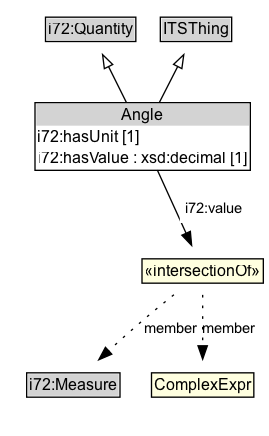
Above: docs/diagrams/Angle.dot.png in ISO-TC204/ontology-its-core-v1 (Graphviz), before the change. Its source is kept beside it as docs/diagrams/Angle.dot.
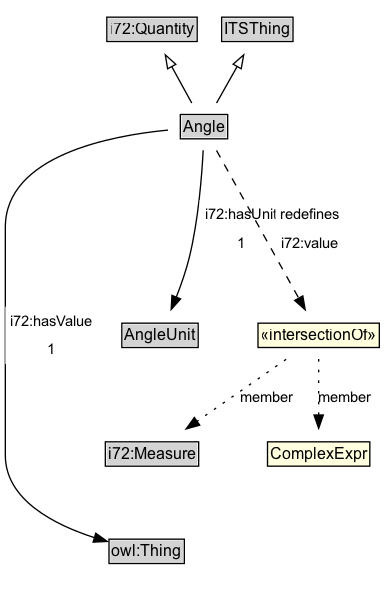
After the commit.

What changed in the source:
```diff
@@ -4,26 +4,34 @@
 	edge [fontname=Arial fontsize=11]
 	{
 		rank=source
-		i72_Quantity [label=<<TABLE BORDER="1" CELLBORDER="0" CELLSPACING="0" CELLPADDING="1"><TR><TD BGCOLOR="lightgray" ALIGN="CENTER">i72:Quantity</TD></TR></TABLE>> URL="https://w3id.org/itsdata/i72/v1/Quantity" margin=0]
+		i72_Quantity [label=<<TABLE BORDER="1" CELLBORDER="0" CELLSPACING="0" CELLPADDING="1"><TR><TD BGCOLOR="lightgray" ALIGN="CENTER">i72:Quantity</TD></TR></TABLE>> URL="https://w3id.org/citydata/21972/v1/Quantity" margin=0]
 		ITSThing [label=<<TABLE BORDER="1" CELLBORDER="0" CELLSPACING="0" CELLPADDING="1"><TR><TD BGCOLOR="lightgray" ALIGN="CENTER">ITSThing</TD></TR></TABLE>> URL="../ITSThing" margin=0]
 	}
-	Angle [label=<<TABLE BORDER="1" CELLBORDER="0" CELLSPACING="0" CELLPADDING="1"><TR><TD BGCOLOR="lightgray" ALIGN="CENTER">Angle</TD></TR><TR><TD ALIGN="LEFT">i72:hasUnit [1]</TD></TR><TR><TD ALIGN="LEFT">i72:hasValue : xsd:decimal [1]</TD></TR></TABLE>> URL="../Angle" margin=0]
+	Angle [label=<<TABLE BORDER="1" CELLBORDER="0" CELLSPACING="0" CELLPADDING="1"><TR><TD BGCOLOR="lightgray" ALIGN="CENTER">Angle</TD></TR></TABLE>> URL="../Angle" margin=0]
 	{
 		rank=max
 	}
 	subgraph cluster_associated {
 		label="" style=invis
 		Invis [label=<<TABLE BORDER="0" CELLBORDER="0" CELLSPACING="0" CELLPADDING="1"><TR><TD></TD></TR></TABLE>> margin=0 style=invis]
-		i72_Measure [label=<<TABLE BORDER="1" CELLBORDER="0" CELLSPACING="0" CELLPADDING="1"><TR><TD BGCOLOR="lightgray" ALIGN="CENTER">i72:Measure</TD></TR></TABLE>> URL="https://w3id.org/itsdata/i72/v1/Measure" margin=0]
+		AngleUnit [label=<<TABLE BORDER="1" CELLBORDER="0" CELLSPACING="0" CELLPADDING="1"><TR><TD BGCOLOR="lightgray" ALIGN="CENTER">AngleUnit</TD></TR></TABLE>> URL="../AngleUnit" margin=0]
+		i72_Measure [label=<<TABLE BORDER="1" CELLBORDER="0" CELLSPACING="0" CELLPADDING="1"><TR><TD BGCOLOR="lightgray" ALIGN="CENTER">i72:Measure</TD></TR></TABLE>> URL="https://w3id.org/citydata/21972/v1/Measure" margin=0]
+		owl_Thing [label=<<TABLE BORDER="1" CELLBORDER="0" CELLSPACING="0" CELLPADDING="1"><TR><TD BGCOLOR="lightgray" ALIGN="CENTER">owl:Thing</TD></TR></TABLE>> URL="https://w3id.org/citydata/imported/owl/latest/Thing" margin=0]
 	}
 	Angle -> i72_Quantity [arrowhead=onormal style=solid]
 	Angle -> ITSThing [arrowhead=onormal style=solid]
 	Angle -> Invis [style=invis]
-	Invis -> i72_Measure [style=invis]
-	ndc68c3ddb8a24710a1c0c38a2a6085beb2 [label=<<TABLE BORDER="1" CELLBORDER="0" CELLSPACING="0" CELLPADDING="1" BGCOLOR="lightyellow"><TR><TD ALIGN="CENTER">«intersectionOf»</TD></TR></TABLE>> margin=0]
-	i72_Measure [label=<<TABLE BORDER="1" CELLBORDER="0" CELLSPACING="0" CELLPADDING="1"><TR><TD BGCOLOR="lightgray" ALIGN="CENTER">i72:Measure</TD></TR></TABLE>> URL="https://w3id.org/itsdata/i72/v1/Measure" margin=0]
-	ndc68c3ddb8a24710a1c0c38a2a6085beb2 -> i72_Measure [label=member arrowhead=normal style=dotted]
-	ndc68c3ddb8a24710a1c0c38a2a6085beb3 [label=<<TABLE BORDER="1" CELLBORDER="0" CELLSPACING="0" CELLPADDING="1" BGCOLOR="lightyellow"><TR><TD ALIGN="CENTER">ComplexExpr</TD></TR></TABLE>> margin=0]
-	ndc68c3ddb8a24710a1c0c38a2a6085beb2 -> ndc68c3ddb8a24710a1c0c38a2a6085beb3 [label=member arrowhead=normal style=dotted]
-	Angle -> ndc68c3ddb8a24710a1c0c38a2a6085beb2 [label=<<TABLE BORDER="0" CELLBORDER="0" CELLSPACING="0" CELLPADDING="4" BGCOLOR="white"><TR><TD ALIGN="CENTER">i72:value</TD></TR></TABLE>> arrowhead=normal style=solid]
+	Invis -> AngleUnit [style=invis]
+	AngleUnit -> i72_Measure [style=invis]
+	i72_Measure -> owl_Thing [style=invis]
+	n6ad4303373fc4c16bb8b5dce467ff00cb2 [label=<<TABLE BORDER="1" CELLBORDER="0" CELLSPACING="0" CELLPADDING="1" BGCOLOR="lightyellow"><TR><TD ALIGN="CENTER">«intersectionOf»</TD></TR></TABLE>> margin=0]
+	i72_Measure [label=<<TABLE BORDER="1" CELLBORDER="0" CELLSPACING="0" CELLPADDING="1"><TR><TD BGCOLOR="lightgray" ALIGN="CENTER">i72:Measure</TD></TR></TABLE>> URL="https://w3id.org/citydata/21972/v1/Measure" margin=0]
+	n6ad4303373fc4c16bb8b5dce467ff00cb2 -> i72_Measure [label=member arrowhead=normal style=dotted]
+	n6ad4303373fc4c16bb8b5dce467ff00cb3 [label=<<TABLE BORDER="1" CELLBORDER="0" CELLSPACING="0" CELLPADDING="1" BGCOLOR="lightyellow"><TR><TD ALIGN="CENTER">ComplexExpr</TD></TR></TABLE>> margin=0]
+	n6ad4303373fc4c16bb8b5dce467ff00cb2 -> n6ad4303373fc4c16bb8b5dce467ff00cb3 [label=member arrowhead=normal style=dotted]
+	Angle -> n6ad4303373fc4c16bb8b5dce467ff00cb2 [label=<<TABLE BORDER="0" CELLBORDER="0" CELLSPACING="0" CELLPADDING="4" BGCOLOR="white"><TR><TD ALIGN="CENTER">redefines</TD></TR><TR><TD ALIGN="CENTER">i72:value</TD></TR></TABLE>> arrowhead=normal style=dashed]
+	owl_Thing [label=<<TABLE BORDER="1" CELLBORDER="0" CELLSPACING="0" CELLPADDING="1"><TR><TD BGCOLOR="lightgray" ALIGN="CENTER">owl:Thing</TD></TR></TABLE>> URL="https://w3id.org/citydata/imported/owl/latest/Thing" margin=0]
+	Angle -> owl_Thing [label=<<TABLE BORDER="0" CELLBORDER="0" CELLSPACING="0" CELLPADDING="4" BGCOLOR="white"><TR><TD ALIGN="CENTER">i72:hasValue</TD></TR><TR><TD ALIGN="CENTER">1</TD></TR></TABLE>> arrowhead=normal style=solid]
+	AngleUnit [label=<<TABLE BORDER="1" CELLBORDER="0" CELLSPACING="0" CELLPADDING="1"><TR><TD BGCOLOR="lightgray" ALIGN="CENTER">AngleUnit</TD></TR></TABLE>> URL="../AngleUnit" margin=0]
+	Angle -> AngleUnit [label=<<TABLE BORDER="0" CELLBORDER="0" CELLSPACING="0" CELLPADDING="4" BGCOLOR="white"><TR><TD ALIGN="CENTER">i72:hasUnit</TD></TR><TR><TD ALIGN="CENTER">1</TD></TR></TABLE>> arrowhead=normal style=solid]
 }
```
